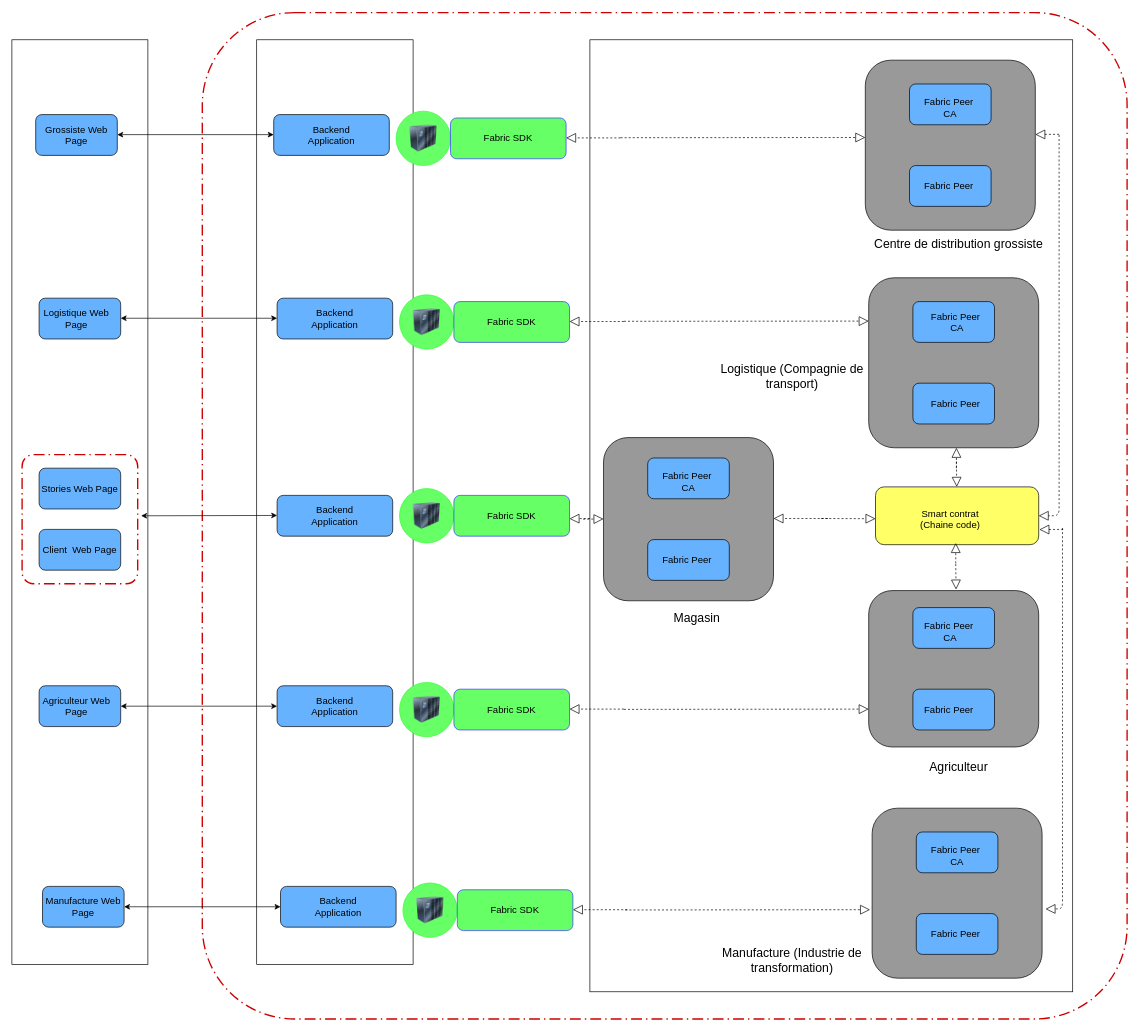
Before: Untitled Diagram.drawio in loosker95/Architecture-detaille, a draw.io diagram. Source tidied: cells renumbered, new cells numbered last; positions are measured from the earlier drawing's top-left corner, leaving out a move shared by most shapes. Both pictures are drawn from the tidied source at 68%, with x=0, y=0 at pixel (12, 12).
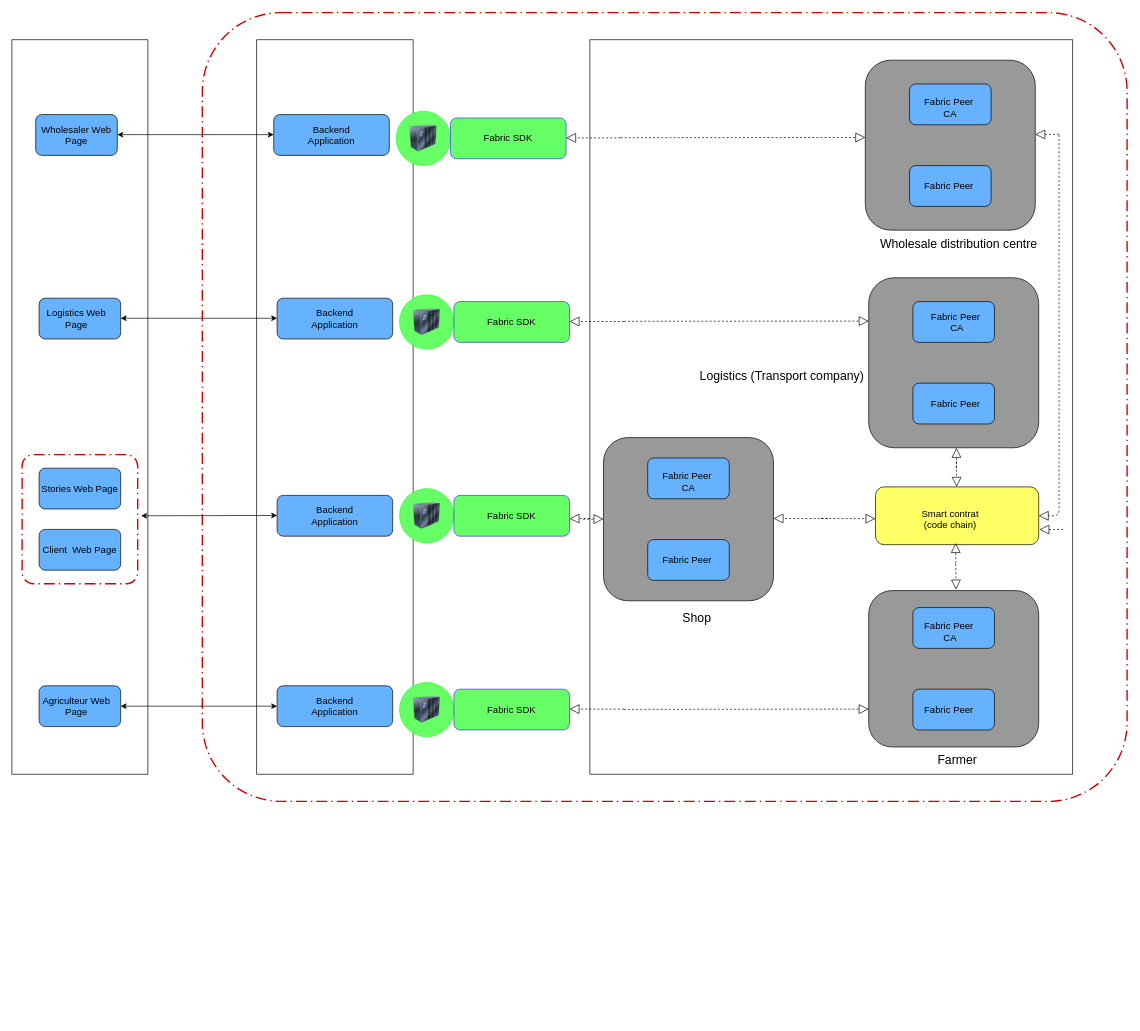
The same diagram, later.

The edit, as a diff of the source:
```diff
@@
     <mxCell id="2" style="rounded=0;whiteSpace=wrap;html=1;" parent="1" vertex="1">
-      <mxGeometry y="40" width="200" height="1360" as="geometry" />
+      <mxGeometry y="40" width="200" height="1080" as="geometry" />
     </mxCell>
     <mxCell id="3" style="rounded=1;arcSize=10;dashed=1;strokeColor=#CC0000;fillColor=none;gradientColor=none;dashPattern=8 3 1 3;strokeWidth=2;" parent="1" vertex="1">
-      <mxGeometry x="280" width="1360" height="1480" as="geometry" />
+      <mxGeometry x="280" width="1360" height="1160" as="geometry" />
     </mxCell>
@@
     <mxCell id="5" style="rounded=0;whiteSpace=wrap;html=1;" parent="1" vertex="1">
-      <mxGeometry x="360" y="40" width="230" height="1360" as="geometry" />
+      <mxGeometry x="360" y="40" width="230" height="1080" as="geometry" />
     </mxCell>
@@
     <mxCell id="9" style="rounded=0;whiteSpace=wrap;html=1;" parent="1" vertex="1">
-      <mxGeometry x="850" y="40" width="710" height="1400" as="geometry" />
+      <mxGeometry x="850" y="40" width="710" height="1080" as="geometry" />
     </mxCell>
@@
-    <mxCell id="54" value="&lt;font style=&quot;font-size: 14px&quot;&gt;Smart contrat (Chaine code)&lt;/font&gt;" style="text;html=1;strokeColor=none;fillColor=none;align=center;verticalAlign=middle;whiteSpace=wrap;rounded=0;shadow=0;" parent="1" vertex="1">
+    <mxCell id="54" value="&lt;font style=&quot;font-size: 14px&quot;&gt;Smart contrat (code chain)&lt;/font&gt;" style="text;html=1;strokeColor=none;fillColor=none;align=center;verticalAlign=middle;whiteSpace=wrap;rounded=0;shadow=0;" parent="1" vertex="1">
       <mxGeometry x="1320" y="735" width="120" height="20" as="geometry" />
     </mxCell>
@@
-    <mxCell id="58" style="rounded=1;whiteSpace=wrap;html=1;shadow=0;fillColor=#999999;" parent="1" vertex="1">
-      <mxGeometry x="1265" y="1170" width="250" height="250" as="geometry" />
-    </mxCell>
-    <mxCell id="59" style="rounded=1;whiteSpace=wrap;html=1;fillColor=#66B2FF;" parent="1" vertex="1">
-      <mxGeometry x="1330" y="1205" width="120" height="60" as="geometry" />
-    </mxCell>
-    <mxCell id="60" style="rounded=1;whiteSpace=wrap;html=1;fillColor=#66B2FF;" parent="1" vertex="1">
-      <mxGeometry x="1330" y="1325" width="120" height="60" as="geometry" />
-    </mxCell>
-    <mxCell id="61" style="endArrow=classic;startArrow=classic;html=1;entryX=0;entryY=0.5;entryDx=0;entryDy=0;" parent="1" edge="1">
-      <mxGeometry relative="1" as="geometry">
-        <mxPoint x="165" y="1315" as="sourcePoint" />
-        <mxPoint x="395" y="1315" as="targetPoint" />
-      </mxGeometry>
-    </mxCell>
-    <mxCell id="62" style="rounded=1;whiteSpace=wrap;html=1;fillColor=#66B2FF;" parent="1" vertex="1">
-      <mxGeometry x="45" y="1285" width="120" height="60" as="geometry" />
-    </mxCell>
-    <mxCell id="63" style="rounded=1;whiteSpace=wrap;html=1;fillColor=#66B2FF;" parent="1" vertex="1">
-      <mxGeometry x="395" y="1285" width="170" height="60" as="geometry" />
-    </mxCell>
-    <mxCell id="64" style="ellipse;whiteSpace=wrap;html=1;shadow=0;strokeColor=#33FF33;fillColor=#66FF66;" parent="1" vertex="1">
-      <mxGeometry x="575" y="1280" width="80" height="80" as="geometry" />
-    </mxCell>
-    <mxCell id="65" style="image;html=1;labelBackgroundColor=#ffffff;image=img/lib/clip_art/networking/UPS_128x128.png;shadow=0;strokeColor=#CC0000;fillColor=#66B2FF;" parent="1" vertex="1">
-      <mxGeometry x="595" y="1295" width="40" height="50" as="geometry" />
-    </mxCell>
-    <mxCell id="66" style="rounded=1;whiteSpace=wrap;html=1;shadow=0;strokeColor=#3333FF;fillColor=#66FF66;" parent="1" vertex="1">
-      <mxGeometry x="655" y="1290" width="170" height="60" as="geometry" />
-    </mxCell>
-    <mxCell id="67" style="endArrow=block;dashed=1;endFill=0;endSize=12;html=1;" parent="1" edge="1">
-      <mxGeometry relative="1" as="geometry">
-        <mxPoint x="905" y="1319.3" as="sourcePoint" />
-        <mxPoint x="825" y="1319.3" as="targetPoint" />
-      </mxGeometry>
-    </mxCell>
-    <mxCell id="68" value="&lt;font style=&quot;font-size: 14px&quot;&gt;Backend Application&lt;/font&gt;" style="text;html=1;strokeColor=none;fillColor=none;align=center;verticalAlign=middle;whiteSpace=wrap;rounded=0;shadow=0;" parent="1" vertex="1">
-      <mxGeometry x="420" y="1305" width="120" height="20" as="geometry" />
-    </mxCell>
-    <mxCell id="69" value="&lt;font style=&quot;font-size: 14px&quot;&gt;Fabric SDK&lt;/font&gt;" style="text;html=1;strokeColor=none;fillColor=none;align=center;verticalAlign=middle;whiteSpace=wrap;rounded=0;shadow=0;" parent="1" vertex="1">
-      <mxGeometry x="680" y="1310" width="120" height="20" as="geometry" />
-    </mxCell>
-    <mxCell id="70" style="endArrow=block;dashed=1;endFill=0;endSize=12;html=1;" parent="1" edge="1">
-      <mxGeometry relative="1" as="geometry">
-        <mxPoint x="902" y="1319.7" as="sourcePoint" />
-        <mxPoint x="1262" y="1319.3" as="targetPoint" />
-      </mxGeometry>
-    </mxCell>
@@
-    <mxCell id="83" style="endArrow=block;dashed=1;endFill=0;endSize=12;html=1;" parent="1" edge="1">
-      <mxGeometry relative="1" as="geometry">
-        <mxPoint x="1545" y="758" as="sourcePoint" />
-        <mxPoint x="1520" y="1318.3" as="targetPoint" />
-        <Array as="points">
-          <mxPoint x="1545" y="1318" />
-        </Array>
-      </mxGeometry>
-    </mxCell>
@@
-    <mxCell id="85" value="&lt;font style=&quot;font-size: 14px&quot;&gt;Grossiste Web Page&lt;/font&gt;" style="text;html=1;strokeColor=none;fillColor=none;align=center;verticalAlign=middle;whiteSpace=wrap;rounded=0;shadow=0;" parent="1" vertex="1">
+    <mxCell id="85" value="&lt;font style=&quot;font-size: 14px&quot;&gt;Wholesaler&amp;nbsp;Web Page&lt;/font&gt;" style="text;html=1;strokeColor=none;fillColor=none;align=center;verticalAlign=middle;whiteSpace=wrap;rounded=0;shadow=0;" parent="1" vertex="1">
       <mxGeometry x="35" y="170" width="120" height="20" as="geometry" />
     </mxCell>
-    <mxCell id="86" value="&lt;font style=&quot;font-size: 14px&quot;&gt;Logistique Web Page&lt;/font&gt;" style="text;html=1;strokeColor=none;fillColor=none;align=center;verticalAlign=middle;whiteSpace=wrap;rounded=0;shadow=0;" parent="1" vertex="1">
+    <mxCell id="86" value="&lt;font style=&quot;font-size: 14px&quot;&gt;Logistics&amp;nbsp;Web Page&lt;/font&gt;" style="text;html=1;strokeColor=none;fillColor=none;align=center;verticalAlign=middle;whiteSpace=wrap;rounded=0;shadow=0;" parent="1" vertex="1">
       <mxGeometry x="35" y="440" width="120" height="20" as="geometry" />
     </mxCell>
@@
-    <mxCell id="89" value="&lt;font style=&quot;font-size: 14px&quot;&gt;Manufacture Web Page&lt;/font&gt;" style="text;html=1;strokeColor=none;fillColor=none;align=center;verticalAlign=middle;whiteSpace=wrap;rounded=0;shadow=0;" parent="1" vertex="1">
-      <mxGeometry x="45" y="1305" width="120" height="20" as="geometry" />
-    </mxCell>
@@
-    <mxCell id="94" value="&lt;font style=&quot;font-size: 14px&quot;&gt;Fabric Peer&amp;nbsp;&lt;br&gt;CA&lt;br&gt;&lt;/font&gt;" style="text;html=1;strokeColor=none;fillColor=none;align=center;verticalAlign=middle;whiteSpace=wrap;rounded=0;shadow=0;" parent="1" vertex="1">
-      <mxGeometry x="1330" y="1230" width="120" height="20" as="geometry" />
-    </mxCell>
@@
-    <mxCell id="98" value="&lt;font style=&quot;font-size: 14px&quot;&gt;Fabric Peer&amp;nbsp;&lt;br&gt;&lt;/font&gt;" style="text;html=1;strokeColor=none;fillColor=none;align=center;verticalAlign=middle;whiteSpace=wrap;rounded=0;shadow=0;" parent="1" vertex="1">
-      <mxGeometry x="1330" y="1345" width="120" height="20" as="geometry" />
-    </mxCell>
@@
-    <mxCell id="101" value="&lt;font style=&quot;font-size: 18px&quot;&gt;Centre de distribution grossiste&lt;/font&gt;" style="text;html=1;strokeColor=none;fillColor=none;align=center;verticalAlign=middle;whiteSpace=wrap;rounded=0;shadow=0;" parent="1" vertex="1">
+    <mxCell id="101" value="&lt;font style=&quot;font-size: 18px&quot;&gt;Wholesale distribution centre&lt;/font&gt;" style="text;html=1;strokeColor=none;fillColor=none;align=center;verticalAlign=middle;whiteSpace=wrap;rounded=0;shadow=0;" parent="1" vertex="1">
       <mxGeometry x="1255" y="330" width="275" height="20" as="geometry" />
     </mxCell>
-    <mxCell id="102" value="&lt;font style=&quot;font-size: 18px&quot;&gt;Magasin&lt;/font&gt;" style="text;html=1;strokeColor=none;fillColor=none;align=center;verticalAlign=middle;whiteSpace=wrap;rounded=0;shadow=0;" parent="1" vertex="1">
+    <mxCell id="102" value="&lt;font style=&quot;font-size: 18px&quot;&gt;Shop&lt;/font&gt;" style="text;html=1;strokeColor=none;fillColor=none;align=center;verticalAlign=middle;whiteSpace=wrap;rounded=0;shadow=0;" parent="1" vertex="1">
       <mxGeometry x="870" y="880" width="275" height="20" as="geometry" />
     </mxCell>
-    <mxCell id="103" value="&lt;span style=&quot;font-size: 18px&quot;&gt;Agriculteur&lt;/span&gt;" style="text;html=1;strokeColor=none;fillColor=none;align=center;verticalAlign=middle;whiteSpace=wrap;rounded=0;shadow=0;" parent="1" vertex="1">
-      <mxGeometry x="1255" y="1100" width="275" height="20" as="geometry" />
+    <mxCell id="103" value="&lt;span style=&quot;font-size: 18px&quot;&gt;Farmer&lt;/span&gt;" style="text;html=1;strokeColor=none;fillColor=none;align=center;verticalAlign=middle;whiteSpace=wrap;rounded=0;shadow=0;" parent="1" vertex="1">
+      <mxGeometry x="1252.5" y="1090" width="275" height="20" as="geometry" />
     </mxCell>
-    <mxCell id="104" value="&lt;font style=&quot;font-size: 18px&quot;&gt;Logistique (Compagnie de transport)&lt;/font&gt;" style="text;html=1;strokeColor=none;fillColor=none;align=center;verticalAlign=middle;whiteSpace=wrap;rounded=0;shadow=0;" parent="1" vertex="1">
-      <mxGeometry x="1010" y="525" width="275" height="20" as="geometry" />
+    <mxCell id="104" value="&lt;font style=&quot;font-size: 18px&quot;&gt;Logistics (Transport company)&lt;/font&gt;" style="text;html=1;strokeColor=none;fillColor=none;align=center;verticalAlign=middle;whiteSpace=wrap;rounded=0;shadow=0;" parent="1" vertex="1">
+      <mxGeometry x="995" y="525" width="275" height="20" as="geometry" />
     </mxCell>
-    <mxCell id="105" value="&lt;font style=&quot;font-size: 18px&quot;&gt;Manufacture (Industrie de transformation)&lt;/font&gt;" style="text;html=1;strokeColor=none;fillColor=none;align=center;verticalAlign=middle;whiteSpace=wrap;rounded=0;shadow=0;" parent="1" vertex="1">
-      <mxGeometry x="1010" y="1385" width="275" height="20" as="geometry" />
-    </mxCell>
```
